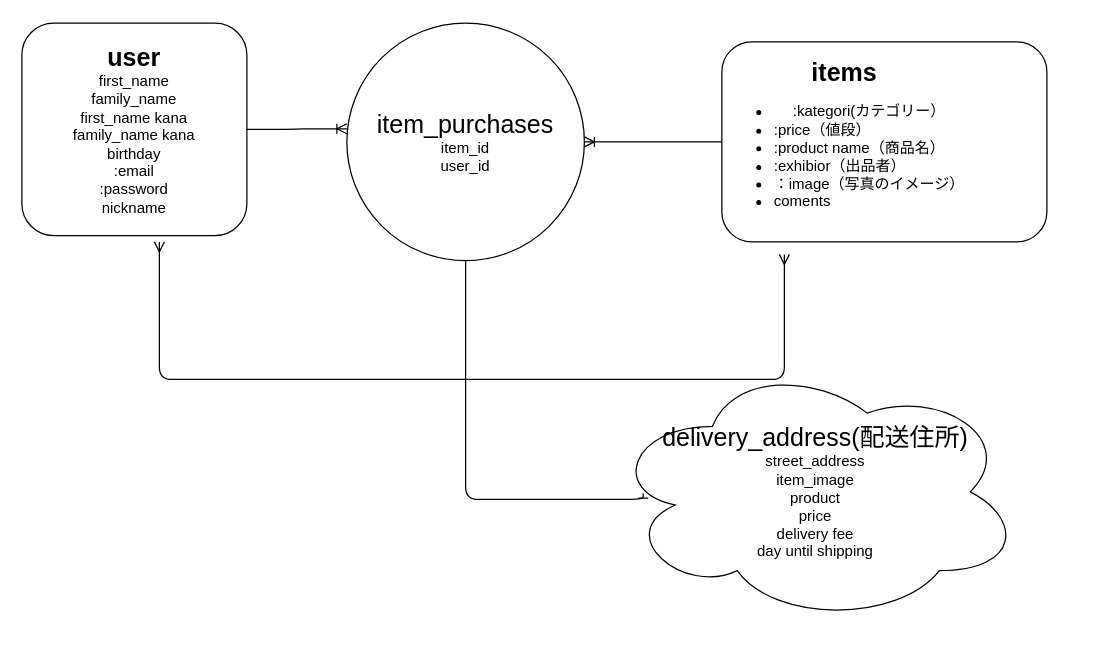
Above: ER.drawio in tosihisamitunaga/furima_28378 (draw.io), before the change. Source tidied: cells renumbered, new cells numbered last; positions are measured from the earlier drawing's top-left corner, leaving out a move shared by most shapes. Both pictures are drawn from the tidied source at 125%, with x=0, y=0 at pixel (21, 22).
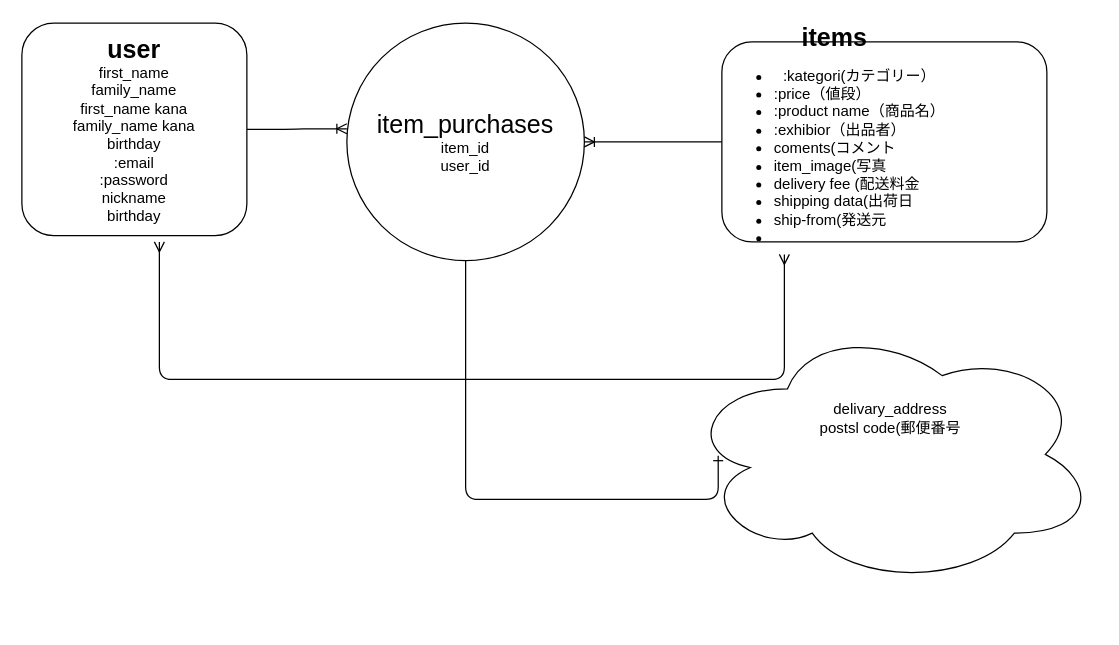
Above is the later version.

Commit message (it also covers changes not shown here):
テーブル設計　修正　２

What changed in the source:
```diff
@@
 <mxGraphModel>
   <root>
     <mxCell id="0" />
     <mxCell id="1" parent="0" />
-    <mxCell id="2" value="&lt;b style=&quot;font-size: 20px&quot;&gt;user&lt;br&gt;&lt;/b&gt;first_name&lt;br&gt;family_name&lt;br&gt;first_name kana&lt;br&gt;family_name kana&lt;br&gt;birthday&lt;br&gt;:email&lt;br&gt;:password&lt;br&gt;nickname" style="rounded=1;whiteSpace=wrap;html=1;" parent="1" vertex="1">
+    <mxCell id="2" value="&lt;b style=&quot;font-size: 20px&quot;&gt;user&lt;br&gt;&lt;/b&gt;first_name&lt;br&gt;family_name&lt;br&gt;first_name kana&lt;br&gt;family_name kana&lt;br&gt;birthday&lt;br&gt;:email&lt;br&gt;:password&lt;br&gt;nickname&lt;br&gt;birthday" style="rounded=1;whiteSpace=wrap;html=1;" parent="1" vertex="1">
       <mxGeometry width="180" height="170" as="geometry" />
     </mxCell>
-    <mxCell id="3" value="&lt;span style=&quot;font-size: 20px&quot;&gt;delivery_address(配送住所)&lt;/span&gt;&lt;br&gt;street_address&lt;br&gt;item_image&lt;br&gt;product&lt;br&gt;price&lt;br&gt;delivery fee&lt;br&gt;day until shipping" style="ellipse;shape=cloud;whiteSpace=wrap;html=1;" parent="1" vertex="1">
-      <mxGeometry x="470" y="270" width="330" height="210" as="geometry" />
+    <mxCell id="3" value="&lt;span&gt;delivary_address&lt;br&gt;postsl code(郵便番号&lt;br&gt;&lt;br&gt;&lt;br&gt;&lt;br&gt;&lt;br&gt;&lt;/span&gt;" style="ellipse;shape=cloud;whiteSpace=wrap;html=1;" parent="1" vertex="1">
+      <mxGeometry x="530" y="240" width="330" height="210" as="geometry" />
     </mxCell>
-    <mxCell id="4" value="&lt;div style=&quot;text-align: center&quot;&gt;&lt;b&gt;&lt;font style=&quot;font-size: 20px&quot;&gt;items&lt;/font&gt;&lt;/b&gt;&lt;/div&gt;&lt;ul&gt;&lt;li style=&quot;text-align: center&quot;&gt;:kategori(カテゴリー）&lt;/li&gt;&lt;li&gt;:price（値段）&lt;/li&gt;&lt;li&gt;:product name（商品名）&lt;/li&gt;&lt;li&gt;:exhibior（出品者）&lt;/li&gt;&lt;li&gt;：image（写真のイメージ）&lt;/li&gt;&lt;li&gt;coments&lt;/li&gt;&lt;/ul&gt;" style="rounded=1;whiteSpace=wrap;html=1;align=left;" parent="1" vertex="1">
+    <mxCell id="4" value="&lt;div style=&quot;text-align: center&quot;&gt;&lt;b&gt;&lt;font style=&quot;font-size: 20px&quot;&gt;items&lt;/font&gt;&lt;/b&gt;&lt;/div&gt;&lt;ul&gt;&lt;li style=&quot;text-align: center&quot;&gt;:kategori(カテゴリー）&lt;/li&gt;&lt;li&gt;:price（値段）&lt;/li&gt;&lt;li&gt;:product name（商品名）&lt;/li&gt;&lt;li&gt;:exhibior（出品者）&lt;/li&gt;&lt;li&gt;coments(コメント&lt;/li&gt;&lt;li&gt;item_image(写真&lt;/li&gt;&lt;li&gt;delivery fee (配送料金&lt;/li&gt;&lt;li&gt;shipping data(出荷日&lt;/li&gt;&lt;li&gt;ship-from(発送元&lt;/li&gt;&lt;li&gt;&lt;br&gt;&lt;/li&gt;&lt;/ul&gt;" style="rounded=1;whiteSpace=wrap;html=1;align=left;" parent="1" vertex="1">
       <mxGeometry x="560" y="15" width="260" height="160" as="geometry" />
     </mxCell>
     <mxCell id="5" value="&lt;font style=&quot;font-size: 20px&quot;&gt;item_purchases&lt;/font&gt;&lt;br&gt;item_id&lt;br&gt;user_id" style="ellipse;whiteSpace=wrap;html=1;align=center;" parent="1" vertex="1">
       <mxGeometry x="260" width="190" height="190" as="geometry" />
     </mxCell>
     <mxCell id="6" style="fontSize=12;html=1;endArrow=ERoneToMany;" parent="1" edge="1" source="4">
       <mxGeometry relative="1" as="geometry">
         <mxPoint x="450" y="95" as="targetPoint" />
       </mxGeometry>
     </mxCell>
     <mxCell id="7" style="edgeStyle=entityRelationEdgeStyle;fontSize=12;html=1;endArrow=ERoneToMany;" parent="1" edge="1">
       <mxGeometry relative="1" as="geometry">
         <mxPoint x="180" y="85" as="sourcePoint" />
         <mxPoint x="260" y="84.5" as="targetPoint" />
       </mxGeometry>
     </mxCell>
     <mxCell id="8" style="edgeStyle=orthogonalEdgeStyle;fontSize=12;html=1;endArrow=ERmany;startArrow=ERmany;" parent="1" edge="1">
       <mxGeometry relative="1" as="geometry">
         <mxPoint x="110" y="175" as="sourcePoint" />
         <mxPoint x="610" y="185" as="targetPoint" />
         <Array as="points">
           <mxPoint x="110" y="285" />
           <mxPoint x="610" y="285" />
         </Array>
       </mxGeometry>
     </mxCell>
     <mxCell id="9" style="edgeStyle=orthogonalEdgeStyle;fontSize=12;html=1;endArrow=ERone;endFill=1;exitX=0.5;exitY=1;exitDx=0;exitDy=0;entryX=0.082;entryY=0.505;entryDx=0;entryDy=0;entryPerimeter=0;" parent="1" edge="1" source="5" target="3">
       <mxGeometry relative="1" as="geometry">
         <Array as="points">
           <mxPoint x="355" y="381" />
         </Array>
       </mxGeometry>
     </mxCell>
   </root>
 </mxGraphModel>
```
